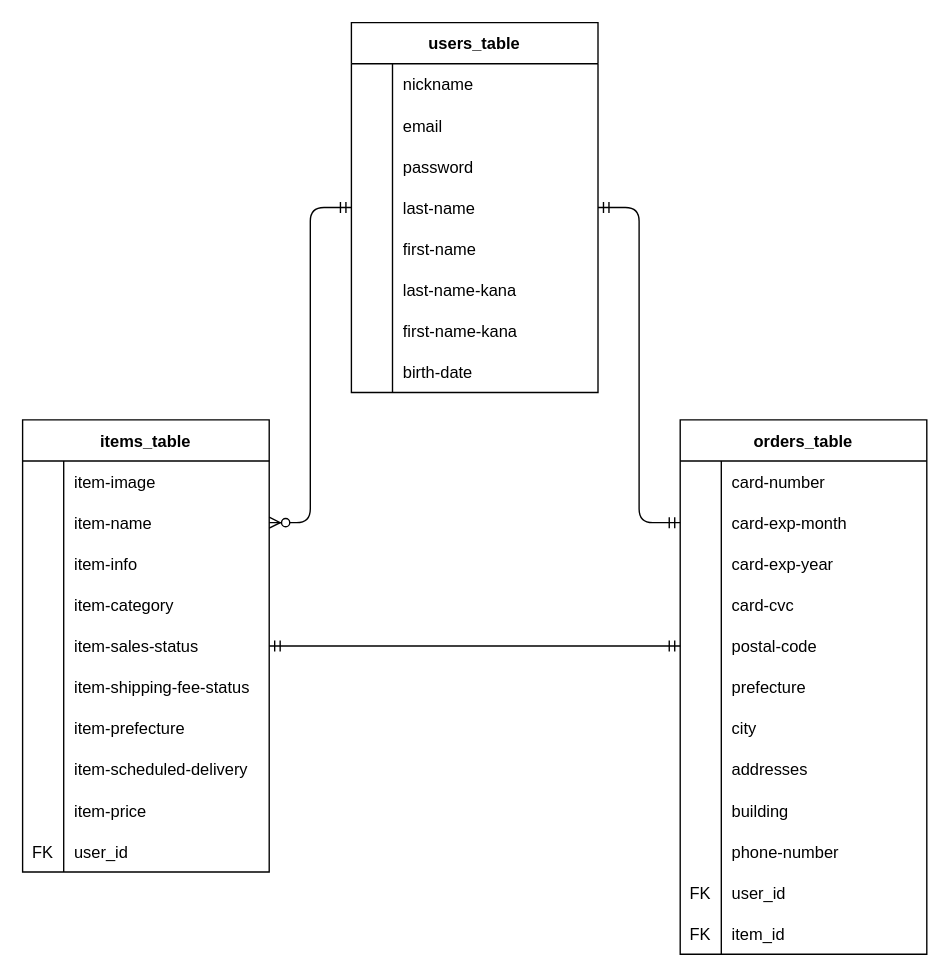
Tac-O-Lanthan/furima-33053 keeps this draw.io diagram as entity_relation_table.dio. Above is the earlier version. Source tidied: cells renumbered, new cells numbered last; positions are measured from the earlier drawing's top-left corner, leaving out a move shared by most shapes. Both pictures are drawn from the tidied source at 137%, with x=0, y=0 at pixel (22, 22).
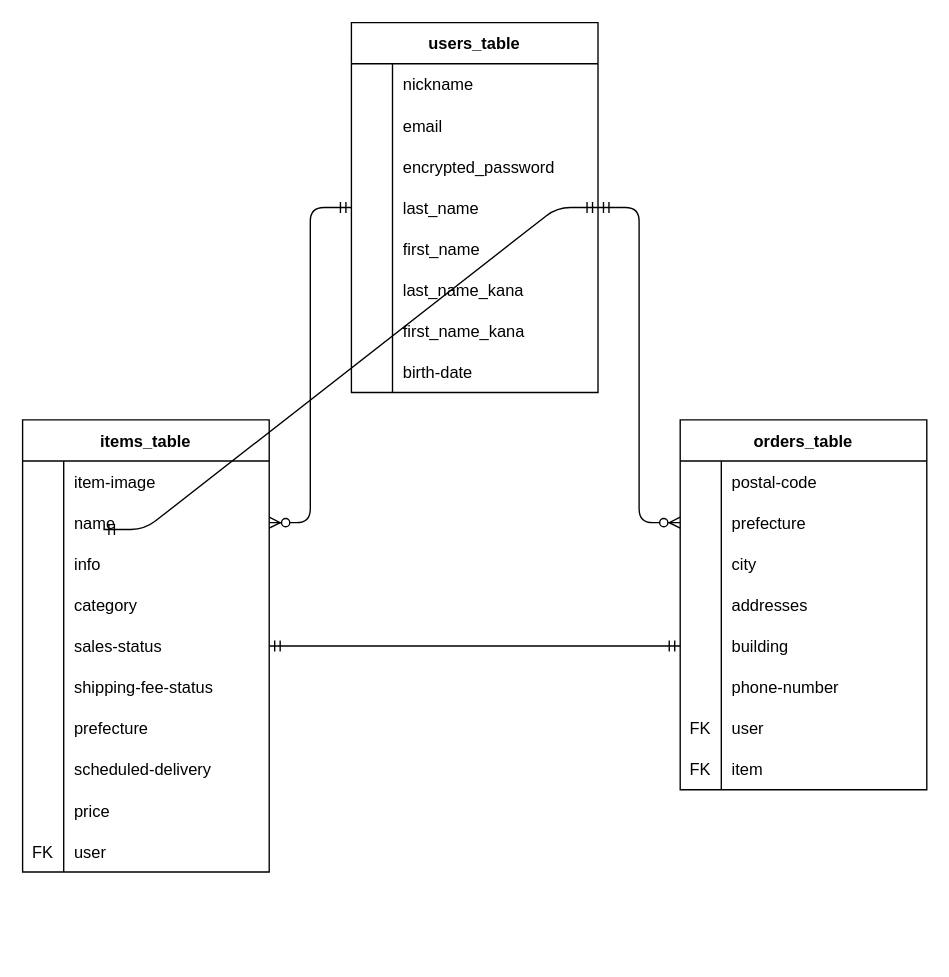
The same page after the edit.

Commit message (it also covers changes not shown here):
ER図とREADMEの作成（修正1）

Unchanged cells that the change refers to:
```xml
<mxCell id="9" style="shape=partialRectangle;fillColor=none;top=0;left=0;bottom=0;right=0;" parent="2" vertex="1">
  <mxGeometry y="90" width="180" height="30" as="geometry" />
</mxCell>
<mxCell id="12" style="shape=partialRectangle;fillColor=none;top=0;left=0;bottom=0;right=0;points=[[0,0.5],[1,0.5]];portConstraint=eastwest;" parent="2" vertex="1">
  <mxGeometry y="120" width="180" height="30" as="geometry" />
</mxCell>
<mxCell id="15" style="shape=partialRectangle;fillColor=none;top=0;left=0;bottom=0;right=0;" parent="2" vertex="1">
  <mxGeometry y="150" width="180" height="30" as="geometry" />
</mxCell>
<mxCell id="18" style="shape=partialRectangle;fillColor=none;top=0;left=0;bottom=0;right=0;" parent="2" vertex="1">
  <mxGeometry y="180" width="180" height="30" as="geometry" />
</mxCell>
<mxCell id="21" style="shape=partialRectangle;fillColor=none;top=0;left=0;bottom=0;right=0;" parent="2" vertex="1">
  <mxGeometry y="210" width="180" height="30" as="geometry" />
</mxCell>
<mxCell id="31" style="shape=partialRectangle;fillColor=none;top=0;left=0;bottom=0;right=0;points=[[0,0.5],[1,0.5]];portConstraint=eastwest;" parent="27" vertex="1">
  <mxGeometry y="60" width="180" height="30" as="geometry" />
</mxCell>
<mxCell id="34" style="shape=partialRectangle;fillColor=none;top=0;left=0;bottom=0;right=0;" parent="27" vertex="1">
  <mxGeometry y="90" width="180" height="30" as="geometry" />
</mxCell>
<mxCell id="37" style="shape=partialRectangle;fillColor=none;top=0;left=0;bottom=0;right=0;" parent="27" vertex="1">
  <mxGeometry y="120" width="180" height="30" as="geometry" />
</mxCell>
<mxCell id="40" style="shape=partialRectangle;fillColor=none;top=0;left=0;bottom=0;right=0;points=[[0,0.5],[1,0.5]];portConstraint=eastwest;" parent="27" vertex="1">
  <mxGeometry y="150" width="180" height="30" as="geometry" />
</mxCell>
<mxCell id="43" style="shape=partialRectangle;fillColor=none;top=0;left=0;bottom=0;right=0;" parent="27" vertex="1">
  <mxGeometry y="180" width="180" height="30" as="geometry" />
</mxCell>
<mxCell id="46" style="shape=partialRectangle;fillColor=none;top=0;left=0;bottom=0;right=0;" parent="27" vertex="1">
  <mxGeometry y="210" width="180" height="30" as="geometry" />
</mxCell>
<mxCell id="49" style="shape=partialRectangle;fillColor=none;top=0;left=0;bottom=0;right=0;" parent="27" vertex="1">
  <mxGeometry y="240" width="180" height="30" as="geometry" />
</mxCell>
<mxCell id="52" style="shape=partialRectangle;fillColor=none;top=0;left=0;bottom=0;right=0;" parent="27" vertex="1">
  <mxGeometry y="270" width="180" height="30" as="geometry" />
</mxCell>
<mxCell id="55" style="shape=partialRectangle;fillColor=none;top=0;left=0;bottom=0;right=0;" parent="27" vertex="1">
  <mxGeometry y="300" width="180" height="30" as="geometry" />
</mxCell>
```

Change to the diagram source:
```diff
@@
-    <mxCell id="11" value="password" style="shape=partialRectangle;fillColor=none;top=0;left=0;bottom=0;right=0;align=left;spacingLeft=6;overflow=hidden;" parent="9" vertex="1">
+    <mxCell id="11" value="encrypted_password" style="shape=partialRectangle;fillColor=none;top=0;left=0;bottom=0;right=0;align=left;spacingLeft=6;overflow=hidden;" parent="9" vertex="1">
       <mxGeometry x="30" width="150" height="30" as="geometry" />
     </mxCell>
@@
-    <mxCell id="14" value="last-name" style="shape=partialRectangle;fillColor=none;top=0;left=0;bottom=0;right=0;align=left;spacingLeft=6;overflow=hidden;" parent="12" vertex="1">
+    <mxCell id="14" value="last_name" style="shape=partialRectangle;fillColor=none;top=0;left=0;bottom=0;right=0;align=left;spacingLeft=6;overflow=hidden;" parent="12" vertex="1">
       <mxGeometry x="30" width="150" height="30" as="geometry" />
     </mxCell>
@@
-    <mxCell id="17" value="first-name" style="shape=partialRectangle;fillColor=none;top=0;left=0;bottom=0;right=0;align=left;spacingLeft=6;overflow=hidden;" parent="15" vertex="1">
+    <mxCell id="17" value="first_name" style="shape=partialRectangle;fillColor=none;top=0;left=0;bottom=0;right=0;align=left;spacingLeft=6;overflow=hidden;" parent="15" vertex="1">
       <mxGeometry x="30" width="150" height="30" as="geometry" />
     </mxCell>
@@
-    <mxCell id="20" value="last-name-kana" style="shape=partialRectangle;fillColor=none;top=0;left=0;bottom=0;right=0;align=left;spacingLeft=6;overflow=hidden;" parent="18" vertex="1">
+    <mxCell id="20" value="last_name_kana" style="shape=partialRectangle;fillColor=none;top=0;left=0;bottom=0;right=0;align=left;spacingLeft=6;overflow=hidden;" parent="18" vertex="1">
       <mxGeometry x="30" width="150" height="30" as="geometry" />
     </mxCell>
@@
-    <mxCell id="23" value="first-name-kana" style="shape=partialRectangle;fillColor=none;top=0;left=0;bottom=0;right=0;align=left;spacingLeft=6;overflow=hidden;" parent="21" vertex="1">
+    <mxCell id="23" value="first_name_kana" style="shape=partialRectangle;fillColor=none;top=0;left=0;bottom=0;right=0;align=left;spacingLeft=6;overflow=hidden;" parent="21" vertex="1">
       <mxGeometry x="30" width="150" height="30" as="geometry" />
     </mxCell>
@@
-    <mxCell id="33" value="item-name" style="shape=partialRectangle;fillColor=none;top=0;left=0;bottom=0;right=0;align=left;spacingLeft=6;overflow=hidden;" parent="31" vertex="1">
+    <mxCell id="33" value="name" style="shape=partialRectangle;fillColor=none;top=0;left=0;bottom=0;right=0;align=left;spacingLeft=6;overflow=hidden;" parent="31" vertex="1">
       <mxGeometry x="30" width="150" height="30" as="geometry" />
     </mxCell>
@@
-    <mxCell id="36" value="item-info" style="shape=partialRectangle;fillColor=none;top=0;left=0;bottom=0;right=0;align=left;spacingLeft=6;overflow=hidden;" parent="34" vertex="1">
+    <mxCell id="36" value="info" style="shape=partialRectangle;fillColor=none;top=0;left=0;bottom=0;right=0;align=left;spacingLeft=6;overflow=hidden;" parent="34" vertex="1">
       <mxGeometry x="30" width="150" height="30" as="geometry" />
     </mxCell>
@@
-    <mxCell id="39" value="item-category" style="shape=partialRectangle;fillColor=none;top=0;left=0;bottom=0;right=0;align=left;spacingLeft=6;overflow=hidden;" parent="37" vertex="1">
+    <mxCell id="39" value="category" style="shape=partialRectangle;fillColor=none;top=0;left=0;bottom=0;right=0;align=left;spacingLeft=6;overflow=hidden;" parent="37" vertex="1">
       <mxGeometry x="30" width="150" height="30" as="geometry" />
     </mxCell>
@@
-    <mxCell id="42" value="item-sales-status" style="shape=partialRectangle;fillColor=none;top=0;left=0;bottom=0;right=0;align=left;spacingLeft=6;overflow=hidden;" parent="40" vertex="1">
+    <mxCell id="42" value="sales-status" style="shape=partialRectangle;fillColor=none;top=0;left=0;bottom=0;right=0;align=left;spacingLeft=6;overflow=hidden;" parent="40" vertex="1">
       <mxGeometry x="30" width="150" height="30" as="geometry" />
     </mxCell>
@@
-    <mxCell id="45" value="item-shipping-fee-status" style="shape=partialRectangle;fillColor=none;top=0;left=0;bottom=0;right=0;align=left;spacingLeft=6;overflow=hidden;" parent="43" vertex="1">
+    <mxCell id="45" value="shipping-fee-status" style="shape=partialRectangle;fillColor=none;top=0;left=0;bottom=0;right=0;align=left;spacingLeft=6;overflow=hidden;" parent="43" vertex="1">
       <mxGeometry x="30" width="150" height="30" as="geometry" />
     </mxCell>
@@
-    <mxCell id="48" value="item-prefecture" style="shape=partialRectangle;fillColor=none;top=0;left=0;bottom=0;right=0;align=left;spacingLeft=6;overflow=hidden;" parent="46" vertex="1">
+    <mxCell id="48" value="prefecture" style="shape=partialRectangle;fillColor=none;top=0;left=0;bottom=0;right=0;align=left;spacingLeft=6;overflow=hidden;" parent="46" vertex="1">
       <mxGeometry x="30" width="150" height="30" as="geometry" />
     </mxCell>
@@
-    <mxCell id="51" value="item-scheduled-delivery" style="shape=partialRectangle;fillColor=none;top=0;left=0;bottom=0;right=0;align=left;spacingLeft=6;overflow=hidden;" parent="49" vertex="1">
+    <mxCell id="51" value="scheduled-delivery" style="shape=partialRectangle;fillColor=none;top=0;left=0;bottom=0;right=0;align=left;spacingLeft=6;overflow=hidden;" parent="49" vertex="1">
       <mxGeometry x="30" width="150" height="30" as="geometry" />
     </mxCell>
@@
-    <mxCell id="54" value="item-price" style="shape=partialRectangle;fillColor=none;top=0;left=0;bottom=0;right=0;align=left;spacingLeft=6;overflow=hidden;" parent="52" vertex="1">
+    <mxCell id="54" value="price" style="shape=partialRectangle;fillColor=none;top=0;left=0;bottom=0;right=0;align=left;spacingLeft=6;overflow=hidden;" parent="52" vertex="1">
       <mxGeometry x="30" width="150" height="30" as="geometry" />
     </mxCell>
@@
-    <mxCell id="57" value="user_id" style="shape=partialRectangle;fillColor=none;top=0;left=0;bottom=0;right=0;align=left;spacingLeft=6;overflow=hidden;" parent="55" vertex="1">
+    <mxCell id="57" value="user" style="shape=partialRectangle;fillColor=none;top=0;left=0;bottom=0;right=0;align=left;spacingLeft=6;overflow=hidden;" parent="55" vertex="1">
       <mxGeometry x="30" width="150" height="30" as="geometry" />
     </mxCell>
     <mxCell id="58" value="orders_table" style="shape=table;startSize=30;childLayout=tableLayout;rowLines=0;fontStyle=1;align=center;verticalAlign=middle;" parent="1" vertex="1">
-      <mxGeometry x="480" y="290" width="180" height="390" as="geometry" />
+      <mxGeometry x="480" y="290" width="180" height="270" as="geometry" />
     </mxCell>
-    <mxCell id="59" style="shape=partialRectangle;fillColor=none;top=0;left=0;bottom=1;right=0;strokeColor=none;" parent="58" vertex="1">
-      <mxGeometry y="30" width="180" height="30" as="geometry" />
-    </mxCell>
-    <mxCell id="60" style="shape=partialRectangle;fillColor=none;top=0;left=0;bottom=0;right=0;fontStyle=1;overflow=hidden;" parent="59" vertex="1">
-      <mxGeometry width="30" height="30" as="geometry" />
-    </mxCell>
-    <mxCell id="61" value="card-number" style="shape=partialRectangle;fillColor=none;top=0;left=0;bottom=0;right=0;align=left;spacingLeft=6;fontStyle=0;overflow=hidden;verticalAlign=middle;" parent="59" vertex="1">
-      <mxGeometry x="30" width="150" height="30" as="geometry" />
-    </mxCell>
-    <mxCell id="62" style="shape=partialRectangle;fillColor=none;top=0;left=0;bottom=0;right=0;points=[[0,0.5],[1,0.5]];portConstraint=eastwest;" parent="58" vertex="1">
-      <mxGeometry y="60" width="180" height="30" as="geometry" />
-    </mxCell>
-    <mxCell id="63" style="shape=partialRectangle;fillColor=none;top=0;left=0;bottom=0;right=0;overflow=hidden;" parent="62" vertex="1">
-      <mxGeometry width="30" height="30" as="geometry" />
-    </mxCell>
-    <mxCell id="64" value="card-exp-month" style="shape=partialRectangle;fillColor=none;top=0;left=0;bottom=0;right=0;align=left;spacingLeft=6;overflow=hidden;" parent="62" vertex="1">
-      <mxGeometry x="30" width="150" height="30" as="geometry" />
-    </mxCell>
-    <mxCell id="65" style="shape=partialRectangle;fillColor=none;top=0;left=0;bottom=0;right=0;" parent="58" vertex="1">
-      <mxGeometry y="90" width="180" height="30" as="geometry" />
-    </mxCell>
-    <mxCell id="66" style="shape=partialRectangle;fillColor=none;top=0;left=0;bottom=0;right=0;overflow=hidden;" parent="65" vertex="1">
-      <mxGeometry width="30" height="30" as="geometry" />
-    </mxCell>
-    <mxCell id="67" value="card-exp-year" style="shape=partialRectangle;fillColor=none;top=0;left=0;bottom=0;right=0;align=left;spacingLeft=6;overflow=hidden;" parent="65" vertex="1">
-      <mxGeometry x="30" width="150" height="30" as="geometry" />
-    </mxCell>
-    <mxCell id="68" style="shape=partialRectangle;fillColor=none;top=0;left=0;bottom=0;right=0;" parent="58" vertex="1">
-      <mxGeometry y="120" width="180" height="30" as="geometry" />
-    </mxCell>
-    <mxCell id="69" style="shape=partialRectangle;fillColor=none;top=0;left=0;bottom=0;right=0;overflow=hidden;" parent="68" vertex="1">
-      <mxGeometry width="30" height="30" as="geometry" />
-    </mxCell>
-    <mxCell id="70" value="card-cvc" style="shape=partialRectangle;fillColor=none;top=0;left=0;bottom=0;right=0;align=left;spacingLeft=6;overflow=hidden;" parent="68" vertex="1">
-      <mxGeometry x="30" width="150" height="30" as="geometry" />
-    </mxCell>
     <mxCell id="71" style="shape=partialRectangle;fillColor=none;top=0;left=0;bottom=0;right=0;points=[[0,0.5],[1,0.5]];portConstraint=eastwest;" parent="58" vertex="1">
-      <mxGeometry y="150" width="180" height="30" as="geometry" />
+      <mxGeometry y="30" width="180" height="30" as="geometry" />
     </mxCell>
@@
     <mxCell id="74" style="shape=partialRectangle;fillColor=none;top=0;left=0;bottom=0;right=0;points=[[0,0.5],[1,0.5]];portConstraint=eastwest;" parent="58" vertex="1">
-      <mxGeometry y="180" width="180" height="30" as="geometry" />
+      <mxGeometry y="60" width="180" height="30" as="geometry" />
     </mxCell>
@@
     <mxCell id="77" style="shape=partialRectangle;fillColor=none;top=0;left=0;bottom=0;right=0;" parent="58" vertex="1">
-      <mxGeometry y="210" width="180" height="30" as="geometry" />
+      <mxGeometry y="90" width="180" height="30" as="geometry" />
     </mxCell>
@@
     <mxCell id="80" style="shape=partialRectangle;fillColor=none;top=0;left=0;bottom=0;right=0;" parent="58" vertex="1">
-      <mxGeometry y="240" width="180" height="30" as="geometry" />
+      <mxGeometry y="120" width="180" height="30" as="geometry" />
     </mxCell>
@@
     <mxCell id="83" style="shape=partialRectangle;fillColor=none;top=0;left=0;bottom=0;right=0;points=[[0,0.5],[1,0.5]];portConstraint=eastwest;" parent="58" vertex="1">
-      <mxGeometry y="270" width="180" height="30" as="geometry" />
+      <mxGeometry y="150" width="180" height="30" as="geometry" />
     </mxCell>
@@
     <mxCell id="86" style="shape=partialRectangle;fillColor=none;top=0;left=0;bottom=0;right=0;" parent="58" vertex="1">
-      <mxGeometry y="300" width="180" height="30" as="geometry" />
+      <mxGeometry y="180" width="180" height="30" as="geometry" />
     </mxCell>
@@
     <mxCell id="89" style="shape=partialRectangle;fillColor=none;top=0;left=0;bottom=0;right=0;" parent="58" vertex="1">
-      <mxGeometry y="330" width="180" height="30" as="geometry" />
+      <mxGeometry y="210" width="180" height="30" as="geometry" />
     </mxCell>
@@
-    <mxCell id="91" value="user_id" style="shape=partialRectangle;fillColor=none;top=0;left=0;bottom=0;right=0;align=left;spacingLeft=6;overflow=hidden;" parent="89" vertex="1">
+    <mxCell id="91" value="user" style="shape=partialRectangle;fillColor=none;top=0;left=0;bottom=0;right=0;align=left;spacingLeft=6;overflow=hidden;" parent="89" vertex="1">
       <mxGeometry x="30" width="150" height="30" as="geometry" />
     </mxCell>
     <mxCell id="92" style="shape=partialRectangle;fillColor=none;top=0;left=0;bottom=0;right=0;" parent="58" vertex="1">
-      <mxGeometry y="360" width="180" height="30" as="geometry" />
+      <mxGeometry y="240" width="180" height="30" as="geometry" />
     </mxCell>
@@
-    <mxCell id="94" value="item_id" style="shape=partialRectangle;fillColor=none;top=0;left=0;bottom=0;right=0;align=left;spacingLeft=6;overflow=hidden;" parent="92" vertex="1">
+    <mxCell id="94" value="item" style="shape=partialRectangle;fillColor=none;top=0;left=0;bottom=0;right=0;align=left;spacingLeft=6;overflow=hidden;" parent="92" vertex="1">
       <mxGeometry x="30" width="150" height="30" as="geometry" />
     </mxCell>
@@
-    <mxCell id="96" style="edgeStyle=entityRelationEdgeStyle;fontSize=12;html=1;endArrow=ERmandOne;startArrow=ERmandOne;exitX=1;exitY=0.5;exitDx=0;exitDy=0;entryX=0;entryY=0.5;entryDx=0;entryDy=0;" parent="1" edge="1" source="40" target="71">
+    <mxCell id="96" style="edgeStyle=entityRelationEdgeStyle;fontSize=12;html=1;endArrow=ERmandOne;startArrow=ERmandOne;exitX=1;exitY=0.5;exitDx=0;exitDy=0;entryX=0;entryY=0.5;entryDx=0;entryDy=0;" parent="1" edge="1" source="40" target="83">
       <mxGeometry relative="1" as="geometry" />
     </mxCell>
-    <mxCell id="97" style="edgeStyle=entityRelationEdgeStyle;fontSize=12;html=1;endArrow=ERmandOne;startArrow=ERmandOne;exitX=0;exitY=0.5;exitDx=0;exitDy=0;entryX=1;entryY=0.5;entryDx=0;entryDy=0;" parent="1" edge="1" source="62" target="12">
-      <mxGeometry relative="1" as="geometry" />
+    <mxCell id="97" style="edgeStyle=entityRelationEdgeStyle;fontSize=12;html=1;endArrow=ERmandOne;startArrow=ERmandOne;exitX=0;exitY=0.5;exitDx=0;exitDy=0;entryX=1;entryY=0.5;entryDx=0;entryDy=0;" parent="1" edge="1" target="12">
+      <mxGeometry relative="1" as="geometry">
+        <mxPoint x="59" y="370" as="sourcePoint" />
+      </mxGeometry>
     </mxCell>
+    <mxCell id="98" style="edgeStyle=entityRelationEdgeStyle;fontSize=12;html=1;endArrow=ERzeroToMany;startArrow=ERmandOne;exitX=1;exitY=0.5;exitDx=0;exitDy=0;entryX=0;entryY=0.5;entryDx=0;entryDy=0;" parent="1" edge="1" source="12" target="74">
+      <mxGeometry relative="1" as="geometry" />
+    </mxCell>
```
